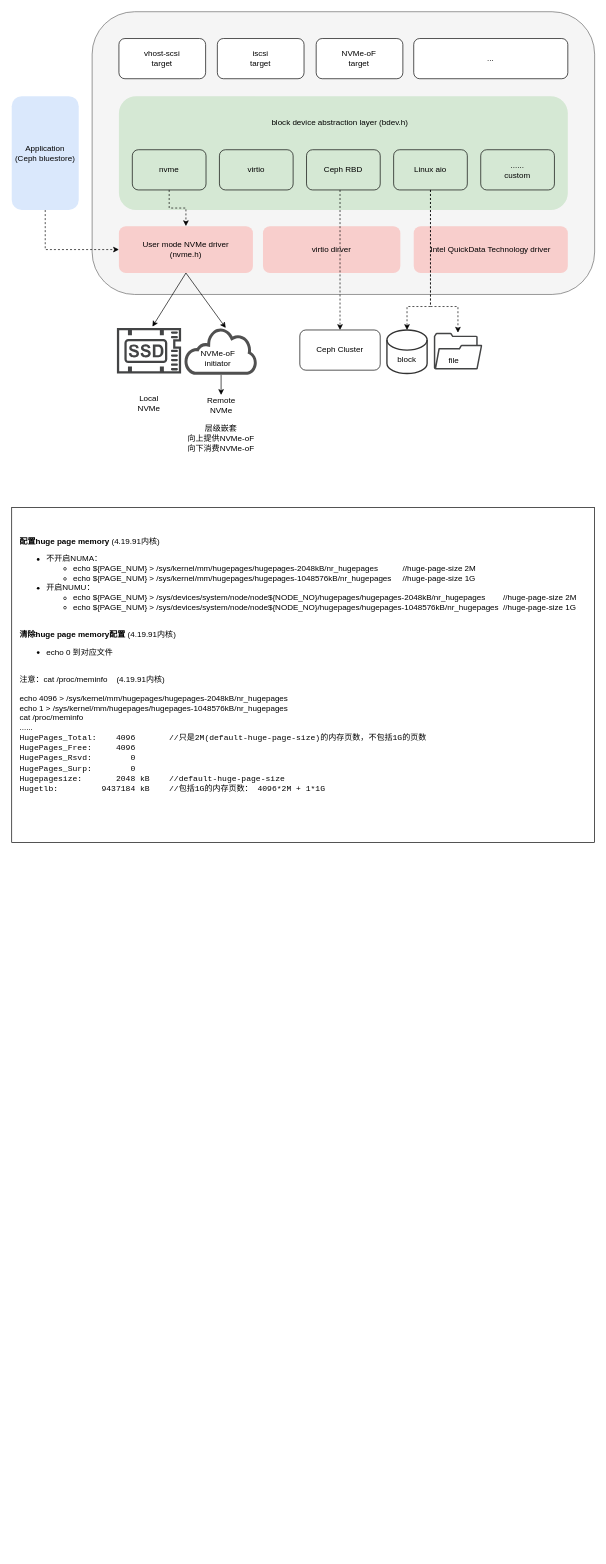
Before: page "architecture" (1 of 2) of spdk.drawio in yuanguohuo/diagrams, a draw.io diagram. Source tidied: cells renumbered, new cells numbered last; positions are measured from the earlier drawing's top-left corner, leaving out a move shared by most shapes. Both pictures are drawn from the tidied source at 67%, with x=0, y=0 at pixel (11, 11).
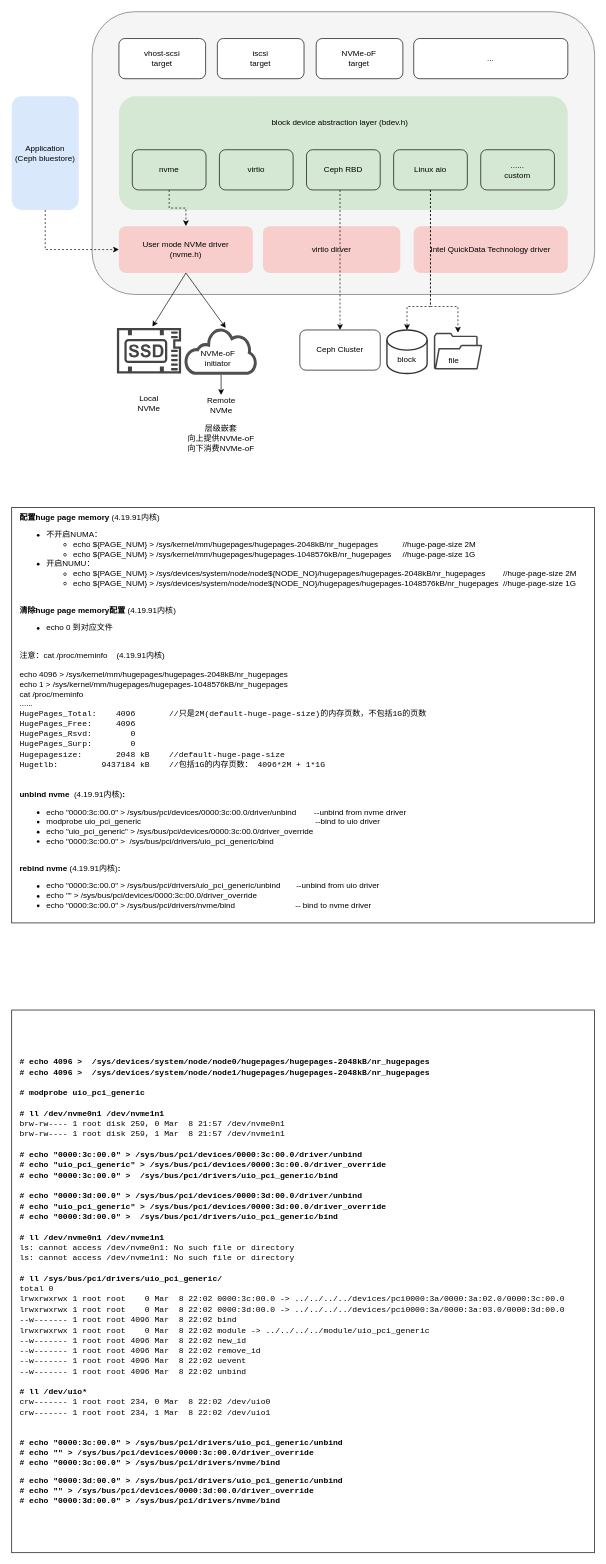
The same diagram, later.

What changed in the source:
```diff
@@
-    <mxCell id="31" value="&lt;b&gt;配置huge page memory&amp;nbsp;&lt;/b&gt;(4.19.91内核)&lt;br&gt;&lt;ul&gt;&lt;li&gt;不开启NUMA：&lt;/li&gt;&lt;ul&gt;&lt;li&gt;echo ${PAGE_NUM} &amp;gt;&amp;nbsp;/sys/kernel/mm/hugepages/hugepages-2048kB/nr_hugepages&amp;nbsp; &amp;nbsp; &amp;nbsp; &amp;nbsp; &amp;nbsp; &amp;nbsp;//huge-page-size 2M&lt;/li&gt;&lt;li&gt;echo ${PAGE_NUM} &amp;gt;&amp;nbsp;/sys/kernel/mm/hugepages/hugepages-1048576kB/nr_hugepages&amp;nbsp; &amp;nbsp; &amp;nbsp;//huge-page-size 1G&lt;/li&gt;&lt;/ul&gt;&lt;li&gt;开启NUMU：&lt;/li&gt;&lt;ul&gt;&lt;li&gt;echo ${PAGE_NUM} &amp;gt;&amp;nbsp;/sys/devices/system/node/node${NODE_NO}/hugepages/hugepages-2048kB/nr_hugepages&amp;nbsp; &amp;nbsp; &amp;nbsp; &amp;nbsp; //huge-page-size 2M&lt;/li&gt;&lt;li&gt;echo ${PAGE_NUM} &amp;gt;&amp;nbsp;/sys/devices/system/node/node${NODE_NO}/hugepages/hugepages-1048576kB/nr_hugepages&amp;nbsp; //huge-page-size 1G&lt;/li&gt;&lt;/ul&gt;&lt;/ul&gt;&lt;br&gt;&lt;b&gt;清除huge page memory配置&amp;nbsp;&lt;/b&gt;(4.19.91内核)&lt;br&gt;&lt;ul&gt;&lt;li&gt;echo 0 到对应文件&lt;/li&gt;&lt;/ul&gt;&lt;div&gt;&lt;br&gt;&lt;/div&gt;&lt;div&gt;注意：cat /proc/meminfo&amp;nbsp; &amp;nbsp; (4.19.91内核)&lt;/div&gt;&lt;div&gt;&lt;br&gt;&lt;/div&gt;&lt;div&gt;&lt;div&gt;echo 4096 &amp;gt; /sys/kernel/mm/hugepages/hugepages-2048kB/nr_hugepages&lt;/div&gt;&lt;div&gt;echo 1 &amp;gt; /sys/kernel/mm/hugepages/hugepages-1048576kB/nr_hugepages&lt;/div&gt;&lt;/div&gt;&lt;div&gt;cat /proc/meminfo&lt;br&gt;&lt;/div&gt;&lt;div&gt;......&lt;/div&gt;&lt;div&gt;&lt;div&gt;&lt;font face=&quot;Courier New&quot;&gt;HugePages_Total:&amp;nbsp; &amp;nbsp; 4096&amp;nbsp; &amp;nbsp; &amp;nbsp; &amp;nbsp;//只是2M(default-huge-page-size)的内存页数，不包括1G的页数&lt;/font&gt;&lt;/div&gt;&lt;div&gt;&lt;font face=&quot;Courier New&quot;&gt;HugePages_Free:&amp;nbsp; &amp;nbsp; &amp;nbsp;4096&lt;/font&gt;&lt;/div&gt;&lt;div&gt;&lt;font face=&quot;Courier New&quot;&gt;HugePages_Rsvd:&amp;nbsp; &amp;nbsp; &amp;nbsp; &amp;nbsp; 0&lt;/font&gt;&lt;/div&gt;&lt;div&gt;&lt;font face=&quot;Courier New&quot;&gt;HugePages_Surp:&amp;nbsp; &amp;nbsp; &amp;nbsp; &amp;nbsp; 0&lt;/font&gt;&lt;/div&gt;&lt;div&gt;&lt;font face=&quot;Courier New&quot;&gt;Hugepagesize:&amp;nbsp; &amp;nbsp; &amp;nbsp; &amp;nbsp;2048 kB&amp;nbsp; &amp;nbsp; //default-huge-page-size&lt;/font&gt;&lt;/div&gt;&lt;div&gt;&lt;font face=&quot;Courier New&quot;&gt;Hugetlb:&amp;nbsp; &amp;nbsp; &amp;nbsp; &amp;nbsp; &amp;nbsp;9437184 kB&amp;nbsp; &amp;nbsp; //包括1G的内存页数： 4096*2M + 1*1G&lt;/font&gt;&lt;/div&gt;&lt;/div&gt;&lt;div&gt;&lt;br&gt;&lt;/div&gt;&lt;div&gt;&lt;br&gt;&lt;/div&gt;" style="text;html=1;align=left;verticalAlign=middle;whiteSpace=wrap;rounded=0;spacingLeft=10;spacingRight=10;fillColor=default;strokeColor=default;" parent="1" vertex="1">
-      <mxGeometry y="740" width="870" height="500" as="geometry" />
+    <mxCell id="31" value="&lt;div&gt;&lt;b style=&quot;background-color: initial;&quot;&gt;配置huge page memory&amp;nbsp;&lt;/b&gt;&lt;span style=&quot;background-color: initial;&quot;&gt;(4.19.91内核)&lt;/span&gt;&lt;br&gt;&lt;/div&gt;&lt;ul&gt;&lt;li&gt;不开启NUMA：&lt;/li&gt;&lt;ul&gt;&lt;li&gt;echo ${PAGE_NUM} &amp;gt;&amp;nbsp;/sys/kernel/mm/hugepages/hugepages-2048kB/nr_hugepages&amp;nbsp; &amp;nbsp; &amp;nbsp; &amp;nbsp; &amp;nbsp; &amp;nbsp;//huge-page-size 2M&lt;/li&gt;&lt;li&gt;echo ${PAGE_NUM} &amp;gt;&amp;nbsp;/sys/kernel/mm/hugepages/hugepages-1048576kB/nr_hugepages&amp;nbsp; &amp;nbsp; &amp;nbsp;//huge-page-size 1G&lt;/li&gt;&lt;/ul&gt;&lt;li&gt;开启NUMU：&lt;/li&gt;&lt;ul&gt;&lt;li&gt;echo ${PAGE_NUM} &amp;gt;&amp;nbsp;/sys/devices/system/node/node${NODE_NO}/hugepages/hugepages-2048kB/nr_hugepages&amp;nbsp; &amp;nbsp; &amp;nbsp; &amp;nbsp; //huge-page-size 2M&lt;/li&gt;&lt;li&gt;echo ${PAGE_NUM} &amp;gt;&amp;nbsp;/sys/devices/system/node/node${NODE_NO}/hugepages/hugepages-1048576kB/nr_hugepages&amp;nbsp; //huge-page-size 1G&lt;/li&gt;&lt;/ul&gt;&lt;/ul&gt;&lt;br&gt;&lt;b&gt;清除huge page memory配置&amp;nbsp;&lt;/b&gt;(4.19.91内核)&lt;br&gt;&lt;ul&gt;&lt;li&gt;echo 0 到对应文件&lt;/li&gt;&lt;/ul&gt;&lt;div&gt;&lt;br&gt;&lt;/div&gt;&lt;div&gt;注意：cat /proc/meminfo&amp;nbsp; &amp;nbsp; (4.19.91内核)&lt;/div&gt;&lt;div&gt;&lt;br&gt;&lt;/div&gt;&lt;div&gt;&lt;div&gt;echo 4096 &amp;gt; /sys/kernel/mm/hugepages/hugepages-2048kB/nr_hugepages&lt;/div&gt;&lt;div&gt;echo 1 &amp;gt; /sys/kernel/mm/hugepages/hugepages-1048576kB/nr_hugepages&lt;/div&gt;&lt;/div&gt;&lt;div&gt;cat /proc/meminfo&lt;br&gt;&lt;/div&gt;&lt;div&gt;......&lt;/div&gt;&lt;div&gt;&lt;div&gt;&lt;font face=&quot;Courier New&quot;&gt;HugePages_Total:&amp;nbsp; &amp;nbsp; 4096&amp;nbsp; &amp;nbsp; &amp;nbsp; &amp;nbsp;//只是2M(default-huge-page-size)的内存页数，不包括1G的页数&lt;/font&gt;&lt;/div&gt;&lt;div&gt;&lt;font face=&quot;Courier New&quot;&gt;HugePages_Free:&amp;nbsp; &amp;nbsp; &amp;nbsp;4096&lt;/font&gt;&lt;/div&gt;&lt;div&gt;&lt;font face=&quot;Courier New&quot;&gt;HugePages_Rsvd:&amp;nbsp; &amp;nbsp; &amp;nbsp; &amp;nbsp; 0&lt;/font&gt;&lt;/div&gt;&lt;div&gt;&lt;font face=&quot;Courier New&quot;&gt;HugePages_Surp:&amp;nbsp; &amp;nbsp; &amp;nbsp; &amp;nbsp; 0&lt;/font&gt;&lt;/div&gt;&lt;div&gt;&lt;font face=&quot;Courier New&quot;&gt;Hugepagesize:&amp;nbsp; &amp;nbsp; &amp;nbsp; &amp;nbsp;2048 kB&amp;nbsp; &amp;nbsp; //default-huge-page-size&lt;/font&gt;&lt;/div&gt;&lt;div&gt;&lt;font face=&quot;Courier New&quot;&gt;Hugetlb:&amp;nbsp; &amp;nbsp; &amp;nbsp; &amp;nbsp; &amp;nbsp;9437184 kB&amp;nbsp; &amp;nbsp; //包括1G的内存页数： 4096*2M + 1*1G&lt;/font&gt;&lt;/div&gt;&lt;/div&gt;&lt;div&gt;&lt;br&gt;&lt;/div&gt;&lt;div&gt;&lt;b&gt;&lt;br&gt;&lt;/b&gt;&lt;/div&gt;&lt;div&gt;&lt;b&gt;unbind nvme&amp;nbsp;&lt;/b&gt;&lt;b style=&quot;background-color: initial;&quot;&gt;&amp;nbsp;&lt;/b&gt;&lt;span style=&quot;background-color: initial;&quot;&gt;(4.19.91内核)&lt;/span&gt;&lt;b style=&quot;background-color: initial;&quot;&gt;:&lt;/b&gt;&lt;/div&gt;&lt;div&gt;&lt;ul&gt;&lt;li&gt;&lt;span style=&quot;background-color: initial;&quot;&gt;echo &quot;0000:3c:00.0&quot; &amp;gt; /sys/bus/pci/devices/0000:3c:00.0/driver/unbind&amp;nbsp; &amp;nbsp; &amp;nbsp; &amp;nbsp; --unbind from nvme driver&lt;/span&gt;&lt;/li&gt;&lt;li&gt;modprobe uio_pci_generic&amp;nbsp; &amp;nbsp; &amp;nbsp; &amp;nbsp; &amp;nbsp; &amp;nbsp; &amp;nbsp; &amp;nbsp; &amp;nbsp; &amp;nbsp; &amp;nbsp; &amp;nbsp; &amp;nbsp; &amp;nbsp; &amp;nbsp; &amp;nbsp; &amp;nbsp; &amp;nbsp; &amp;nbsp; &amp;nbsp; &amp;nbsp; &amp;nbsp; &amp;nbsp; &amp;nbsp; &amp;nbsp; &amp;nbsp; &amp;nbsp; &amp;nbsp; &amp;nbsp; &amp;nbsp; &amp;nbsp; &amp;nbsp; &amp;nbsp; &amp;nbsp; &amp;nbsp; &amp;nbsp; &amp;nbsp; &amp;nbsp; &amp;nbsp; --bind to uio driver&lt;/li&gt;&lt;li&gt;&lt;span style=&quot;background-color: initial;&quot;&gt;echo &quot;uio_pci_generic&quot; &amp;gt; /sys/bus/pci/devices/0000:3c:00.0/driver_override&lt;/span&gt;&lt;br&gt;&lt;/li&gt;&lt;li&gt;echo &quot;0000:3c:00.0&quot; &amp;gt;&amp;nbsp; /sys/bus/pci/drivers/uio_pci_generic/bind&lt;/li&gt;&lt;/ul&gt;&lt;div&gt;&lt;br&gt;&lt;/div&gt;&lt;div&gt;&lt;b&gt;rebind nvme&lt;/b&gt;&lt;b style=&quot;background-color: initial;&quot;&gt;&amp;nbsp;&lt;/b&gt;&lt;span style=&quot;background-color: initial;&quot;&gt;(4.19.91内核)&lt;/span&gt;&lt;b style=&quot;background-color: initial;&quot;&gt;:&lt;/b&gt;&lt;/div&gt;&lt;ul&gt;&lt;li&gt;&lt;span style=&quot;background-color: initial;&quot;&gt;echo &quot;0000:3c:00.0&quot; &amp;gt; /sys/bus/pci/drivers/uio_pci_generic/unbind&amp;nbsp; &amp;nbsp; &amp;nbsp; &amp;nbsp;--unbind from uio driver&lt;/span&gt;&lt;/li&gt;&lt;li&gt;echo &quot;&quot; &amp;gt; /sys/bus/pci/devices/0000:3c:00.0/driver_override&amp;nbsp; &amp;nbsp;&lt;/li&gt;&lt;li&gt;echo &quot;0000:3c:00.0&quot; &amp;gt; /sys/bus/pci/drivers/nvme/bind&amp;nbsp; &amp;nbsp; &amp;nbsp; &amp;nbsp; &amp;nbsp; &amp;nbsp; &amp;nbsp; &amp;nbsp; &amp;nbsp; &amp;nbsp; &amp;nbsp; &amp;nbsp; &amp;nbsp; &amp;nbsp;-- bind to nvme driver&lt;/li&gt;&lt;/ul&gt;&lt;/div&gt;" style="text;html=1;align=left;verticalAlign=middle;whiteSpace=wrap;rounded=0;spacingLeft=10;spacingRight=10;fillColor=default;strokeColor=default;" parent="1" vertex="1">
+      <mxGeometry y="740" width="870" height="620" as="geometry" />
     </mxCell>
@@
+    <mxCell id="38" value="&lt;div&gt;&lt;b style=&quot;background-color: initial;&quot;&gt;&lt;font face=&quot;Courier New&quot;&gt;# echo 4096 &amp;gt;&amp;nbsp; /sys/devices/system/node/node0/hugepages/hugepages-2048kB/nr_hugepages&lt;/font&gt;&lt;/b&gt;&lt;br&gt;&lt;/div&gt;&lt;div&gt;&lt;div&gt;&lt;b&gt;&lt;font face=&quot;Courier New&quot;&gt;# echo 4096 &amp;gt;&amp;nbsp; /sys/devices/system/node/node1/hugepages/hugepages-2048kB/nr_hugepages&lt;/font&gt;&lt;/b&gt;&lt;/div&gt;&lt;div&gt;&lt;b&gt;&lt;font face=&quot;Courier New&quot;&gt;&lt;br&gt;&lt;/font&gt;&lt;/b&gt;&lt;/div&gt;&lt;div&gt;&lt;b&gt;&lt;font face=&quot;Courier New&quot;&gt;# modprobe uio_pci_generic&lt;/font&gt;&lt;/b&gt;&lt;/div&gt;&lt;div&gt;&lt;b&gt;&lt;font face=&quot;Courier New&quot;&gt;&lt;br&gt;&lt;/font&gt;&lt;/b&gt;&lt;/div&gt;&lt;div&gt;&lt;b&gt;&lt;font face=&quot;Courier New&quot;&gt;# ll /dev/nvme0n1 /dev/nvme1n1&lt;/font&gt;&lt;/b&gt;&lt;/div&gt;&lt;div&gt;&lt;font face=&quot;Courier New&quot;&gt;brw-rw---- 1 root disk 259, 0 Mar&amp;nbsp; 8 21:57 /dev/nvme0n1&lt;/font&gt;&lt;/div&gt;&lt;div&gt;&lt;font face=&quot;Courier New&quot;&gt;brw-rw---- 1 root disk 259, 1 Mar&amp;nbsp; 8 21:57 /dev/nvme1n1&lt;/font&gt;&lt;/div&gt;&lt;div&gt;&lt;font face=&quot;Courier New&quot;&gt;&lt;br&gt;&lt;/font&gt;&lt;/div&gt;&lt;div&gt;&lt;b&gt;&lt;font face=&quot;Courier New&quot;&gt;# echo &quot;0000:3c:00.0&quot; &amp;gt; /sys/bus/pci/devices/0000:3c:00.0/driver/unbind&lt;/font&gt;&lt;/b&gt;&lt;/div&gt;&lt;div&gt;&lt;b&gt;&lt;font face=&quot;Courier New&quot;&gt;# echo &quot;uio_pci_generic&quot; &amp;gt; /sys/bus/pci/devices/0000:3c:00.0/driver_override&lt;/font&gt;&lt;/b&gt;&lt;/div&gt;&lt;div&gt;&lt;b&gt;&lt;font face=&quot;Courier New&quot;&gt;# echo &quot;0000:3c:00.0&quot; &amp;gt;&amp;nbsp; /sys/bus/pci/drivers/uio_pci_generic/bind&lt;/font&gt;&lt;/b&gt;&lt;/div&gt;&lt;div&gt;&lt;b&gt;&lt;font face=&quot;Courier New&quot;&gt;&lt;br&gt;&lt;/font&gt;&lt;/b&gt;&lt;/div&gt;&lt;div&gt;&lt;b&gt;&lt;font face=&quot;Courier New&quot;&gt;# echo &quot;0000:3d:00.0&quot; &amp;gt; /sys/bus/pci/devices/0000:3d:00.0/driver/unbind&lt;/font&gt;&lt;/b&gt;&lt;/div&gt;&lt;div&gt;&lt;b&gt;&lt;font face=&quot;Courier New&quot;&gt;# echo &quot;uio_pci_generic&quot; &amp;gt; /sys/bus/pci/devices/0000:3d:00.0/driver_override&lt;/font&gt;&lt;/b&gt;&lt;/div&gt;&lt;div&gt;&lt;b&gt;&lt;font face=&quot;Courier New&quot;&gt;# echo &quot;0000:3d:00.0&quot; &amp;gt;&amp;nbsp; /sys/bus/pci/drivers/uio_pci_generic/bind&lt;/font&gt;&lt;/b&gt;&lt;/div&gt;&lt;div&gt;&lt;b&gt;&lt;font face=&quot;Courier New&quot;&gt;&lt;br&gt;&lt;/font&gt;&lt;/b&gt;&lt;/div&gt;&lt;div&gt;&lt;b&gt;&lt;font face=&quot;Courier New&quot;&gt;# ll /dev/nvme0n1 /dev/nvme1n1&lt;/font&gt;&lt;/b&gt;&lt;/div&gt;&lt;div&gt;&lt;font face=&quot;Courier New&quot;&gt;ls: cannot access /dev/nvme0n1: No such file or directory&lt;/font&gt;&lt;/div&gt;&lt;div&gt;&lt;font face=&quot;Courier New&quot;&gt;ls: cannot access /dev/nvme1n1: No such file or directory&lt;/font&gt;&lt;/div&gt;&lt;div&gt;&lt;font face=&quot;Courier New&quot;&gt;&lt;br&gt;&lt;/font&gt;&lt;/div&gt;&lt;div&gt;&lt;b&gt;&lt;font face=&quot;Courier New&quot;&gt;# ll /sys/bus/pci/drivers/uio_pci_generic/&lt;/font&gt;&lt;/b&gt;&lt;/div&gt;&lt;div&gt;&lt;font face=&quot;Courier New&quot;&gt;total 0&lt;/font&gt;&lt;/div&gt;&lt;div&gt;&lt;font face=&quot;Courier New&quot;&gt;lrwxrwxrwx 1 root root&amp;nbsp; &amp;nbsp; 0 Mar&amp;nbsp; 8 22:02 0000:3c:00.0 -&amp;gt; ../../../../devices/pci0000:3a/0000:3a:02.0/0000:3c:00.0&lt;/font&gt;&lt;/div&gt;&lt;div&gt;&lt;font face=&quot;Courier New&quot;&gt;lrwxrwxrwx 1 root root&amp;nbsp; &amp;nbsp; 0 Mar&amp;nbsp; 8 22:02 0000:3d:00.0 -&amp;gt; ../../../../devices/pci0000:3a/0000:3a:03.0/0000:3d:00.0&lt;/font&gt;&lt;/div&gt;&lt;div&gt;&lt;font face=&quot;Courier New&quot;&gt;--w------- 1 root root 4096 Mar&amp;nbsp; 8 22:02 bind&lt;/font&gt;&lt;/div&gt;&lt;div&gt;&lt;font face=&quot;Courier New&quot;&gt;lrwxrwxrwx 1 root root&amp;nbsp; &amp;nbsp; 0 Mar&amp;nbsp; 8 22:02 module -&amp;gt; ../../../../module/uio_pci_generic&lt;/font&gt;&lt;/div&gt;&lt;div&gt;&lt;font face=&quot;Courier New&quot;&gt;--w------- 1 root root 4096 Mar&amp;nbsp; 8 22:02 new_id&lt;/font&gt;&lt;/div&gt;&lt;div&gt;&lt;font face=&quot;Courier New&quot;&gt;--w------- 1 root root 4096 Mar&amp;nbsp; 8 22:02 remove_id&lt;/font&gt;&lt;/div&gt;&lt;div&gt;&lt;font face=&quot;Courier New&quot;&gt;--w------- 1 root root 4096 Mar&amp;nbsp; 8 22:02 uevent&lt;/font&gt;&lt;/div&gt;&lt;div&gt;&lt;font face=&quot;Courier New&quot;&gt;--w------- 1 root root 4096 Mar&amp;nbsp; 8 22:02 unbind&lt;/font&gt;&lt;/div&gt;&lt;div&gt;&lt;font face=&quot;Courier New&quot;&gt;&lt;br&gt;&lt;/font&gt;&lt;/div&gt;&lt;div&gt;&lt;b&gt;&lt;font face=&quot;Courier New&quot;&gt;# ll /dev/uio*&lt;/font&gt;&lt;/b&gt;&lt;/div&gt;&lt;div&gt;&lt;font face=&quot;Courier New&quot;&gt;crw------- 1 root root 234, 0 Mar&amp;nbsp; 8 22:02 /dev/uio0&lt;/font&gt;&lt;/div&gt;&lt;div&gt;&lt;font face=&quot;Courier New&quot;&gt;crw------- 1 root root 234, 1 Mar&amp;nbsp; 8 22:02 /dev/uio1&lt;/font&gt;&lt;/div&gt;&lt;/div&gt;&lt;div&gt;&lt;font face=&quot;Courier New&quot;&gt;&lt;br&gt;&lt;/font&gt;&lt;/div&gt;&lt;div&gt;&lt;font face=&quot;Courier New&quot;&gt;&lt;br&gt;&lt;/font&gt;&lt;/div&gt;&lt;div&gt;&lt;font face=&quot;Courier New&quot;&gt;&lt;b&gt;&lt;div&gt;# echo &quot;0000:3c:00.0&quot; &amp;gt; /sys/bus/pci/drivers/uio_pci_generic/unbind&lt;/div&gt;&lt;div&gt;# echo &quot;&quot; &amp;gt; /sys/bus/pci/devices/0000:3c:00.0/driver_override&lt;/div&gt;&lt;div&gt;# echo &quot;0000:3c:00.0&quot; &amp;gt; /sys/bus/pci/drivers/nvme/bind&lt;/div&gt;&lt;div&gt;&lt;br&gt;&lt;/div&gt;&lt;div&gt;# echo &quot;0000:3d:00.0&quot; &amp;gt; /sys/bus/pci/drivers/uio_pci_generic/unbind&lt;/div&gt;&lt;div&gt;# echo &quot;&quot; &amp;gt; /sys/bus/pci/devices/0000:3d:00.0/driver_override&lt;/div&gt;&lt;div&gt;# echo &quot;0000:3d:00.0&quot; &amp;gt; /sys/bus/pci/drivers/nvme/bind&lt;/div&gt;&lt;/b&gt;&lt;/font&gt;&lt;/div&gt;" style="text;html=1;align=left;verticalAlign=middle;whiteSpace=wrap;rounded=0;fillColor=default;strokeColor=default;spacingLeft=10;spacingRight=10;" parent="1" vertex="1">
+      <mxGeometry y="1490" width="870" height="810" as="geometry" />
+    </mxCell>
```
